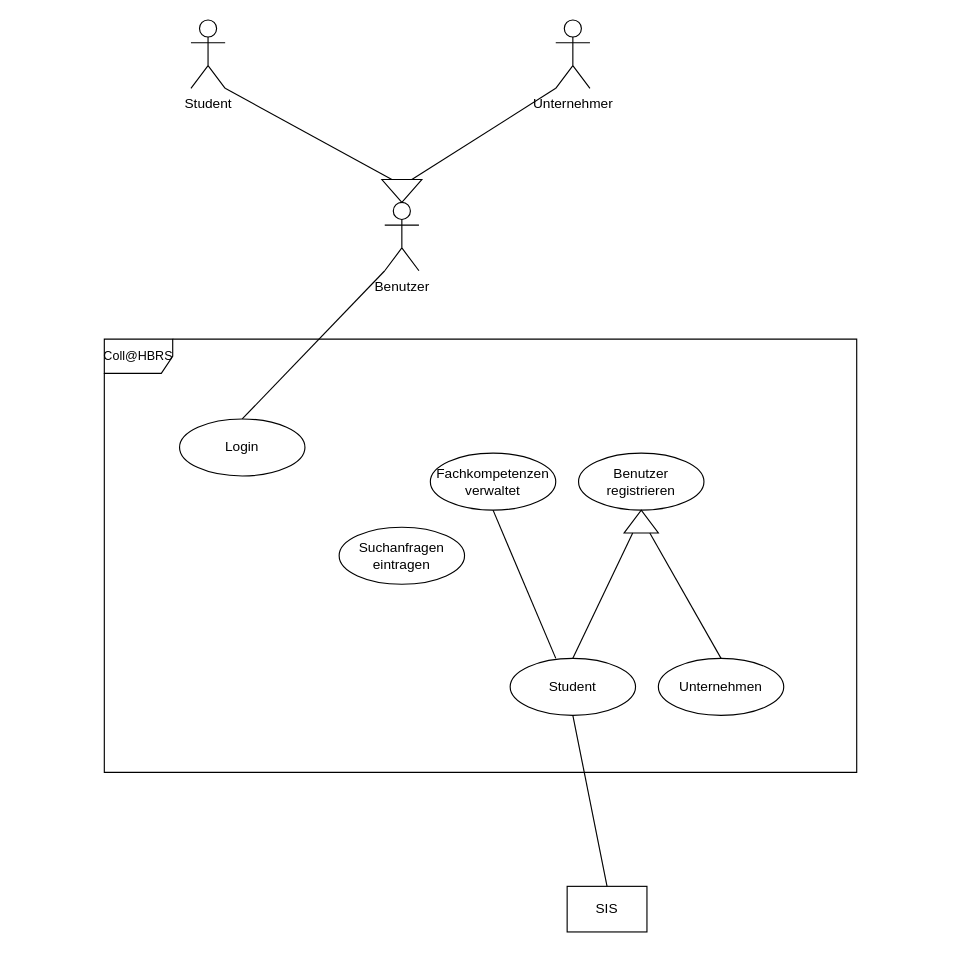
Above: Uebung5.drawio in dabels2s/studentOFHBRS (draw.io), before the change. Source tidied: cells renumbered, new cells numbered last; positions are measured from the earlier drawing's top-left corner, leaving out a move shared by most shapes. Both pictures are drawn from the tidied source at 114%, with x=0, y=0 at pixel (104, 19).
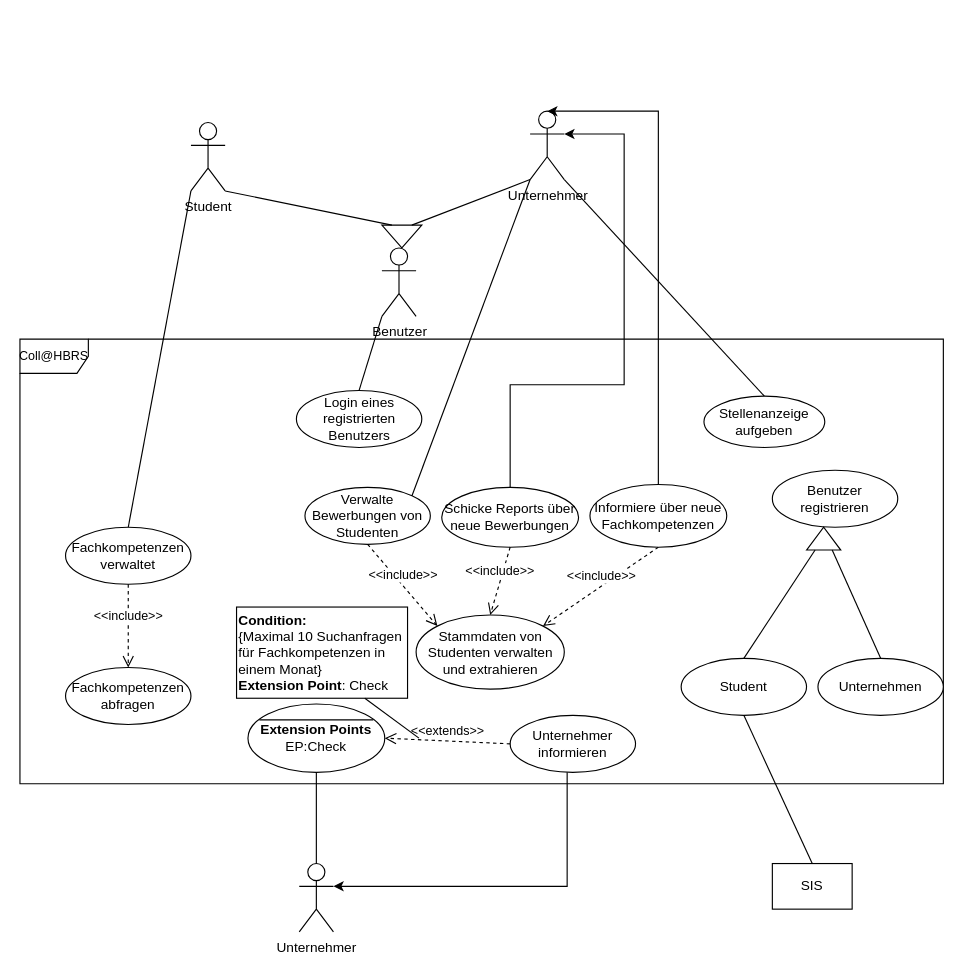
The same diagram, later.

Change to the diagram source:
```diff
@@
     <mxCell id="2" value="Student" style="shape=umlActor;verticalLabelPosition=bottom;verticalAlign=top;html=1;" parent="1" vertex="1">
-      <mxGeometry x="76" width="30" height="60" as="geometry" />
+      <mxGeometry x="76" y="90" width="30" height="60" as="geometry" />
     </mxCell>
     <mxCell id="3" value="&lt;font style=&quot;font-size: 11px&quot;&gt;Coll@HBRS&lt;/font&gt;" style="shape=umlFrame;whiteSpace=wrap;html=1;" parent="1" vertex="1">
-      <mxGeometry y="280" width="660" height="380" as="geometry" />
+      <mxGeometry x="-74" y="280" width="810" height="390" as="geometry" />
     </mxCell>
-    <mxCell id="4" value="Unternehmer" style="shape=umlActor;verticalLabelPosition=bottom;verticalAlign=top;html=1;" parent="1" vertex="1">
-      <mxGeometry x="396" width="30" height="60" as="geometry" />
+    <mxCell id="4" value="Unternehmer" style="shape=umlActor;verticalLabelPosition=bottom;verticalAlign=top;html=1;direction=east;" parent="1" vertex="1">
+      <mxGeometry x="373.5" y="80" width="30" height="60" as="geometry" />
     </mxCell>
     <mxCell id="5" value="Benutzer" style="shape=umlActor;verticalLabelPosition=bottom;verticalAlign=top;html=1;" parent="1" vertex="1">
-      <mxGeometry x="246" y="160" width="30" height="60" as="geometry" />
+      <mxGeometry x="243.5" y="200" width="30" height="60" as="geometry" />
     </mxCell>
     <mxCell id="6" style="triangle;whiteSpace=wrap;html=1;direction=south;" parent="1" vertex="1">
-      <mxGeometry x="243.5" y="140" width="35" height="20" as="geometry" />
+      <mxGeometry x="243.5" y="180" width="35" height="20" as="geometry" />
     </mxCell>
-    <mxCell id="7" value="Login" style="ellipse;whiteSpace=wrap;html=1;" parent="1" vertex="1">
-      <mxGeometry x="66" y="350" width="110" height="50" as="geometry" />
+    <mxCell id="7" value="Login eines registrierten Benutzers" style="ellipse;whiteSpace=wrap;html=1;" parent="1" vertex="1">
+      <mxGeometry x="168.5" y="325" width="110" height="50" as="geometry" />
     </mxCell>
     <mxCell id="8" value="Benutzer registrieren" style="ellipse;whiteSpace=wrap;html=1;" parent="1" vertex="1">
-      <mxGeometry x="416" y="380" width="110" height="50" as="geometry" />
+      <mxGeometry x="586" y="395" width="110" height="50" as="geometry" />
     </mxCell>
-    <mxCell id="9" value="Suchanfragen eintragen" style="ellipse;whiteSpace=wrap;html=1;" parent="1" vertex="1">
-      <mxGeometry x="206" y="445" width="110" height="50" as="geometry" />
-    </mxCell>
     <mxCell id="10" value="Unternehmen" style="ellipse;whiteSpace=wrap;html=1;" parent="1" vertex="1">
-      <mxGeometry x="486" y="560" width="110" height="50" as="geometry" />
+      <mxGeometry x="626" y="560" width="110" height="50" as="geometry" />
     </mxCell>
     <mxCell id="11" value="Student" style="ellipse;whiteSpace=wrap;html=1;" parent="1" vertex="1">
-      <mxGeometry x="356" y="560" width="110" height="50" as="geometry" />
+      <mxGeometry x="506" y="560" width="110" height="50" as="geometry" />
     </mxCell>
@@
     <mxCell id="13" value="SIS" style="rounded=0;whiteSpace=wrap;html=1;" parent="1" vertex="1">
-      <mxGeometry x="406" y="760" width="70" height="40" as="geometry" />
+      <mxGeometry x="586" y="740" width="70" height="40" as="geometry" />
     </mxCell>
@@
     <mxCell id="15" style="triangle;whiteSpace=wrap;html=1;direction=north;" parent="1" vertex="1">
-      <mxGeometry x="456" y="430" width="30" height="20" as="geometry" />
+      <mxGeometry x="616" y="445" width="30" height="20" as="geometry" />
     </mxCell>
@@
     <mxCell id="20" value="Fachkompetenzen verwaltet" style="ellipse;whiteSpace=wrap;html=1;" parent="1" vertex="1">
-      <mxGeometry x="286" y="380" width="110" height="50" as="geometry" />
+      <mxGeometry x="-34" y="445" width="110" height="50" as="geometry" />
     </mxCell>
-    <mxCell id="21" style="endArrow=none;html=1;exitX=0.5;exitY=1;exitDx=0;exitDy=0;entryX=0.364;entryY=0;entryDx=0;entryDy=0;entryPerimeter=0;" parent="1" edge="1" source="20" target="11">
+    <mxCell id="21" style="endArrow=none;html=1;entryX=0;entryY=1;entryDx=0;entryDy=0;entryPerimeter=0;exitX=0.5;exitY=0;exitDx=0;exitDy=0;" parent="1" edge="1" source="20" target="2">
       <mxGeometry relative="1" as="geometry" />
     </mxCell>
+    <mxCell id="22" value="Stellenanzeige aufgeben" style="ellipse;whiteSpace=wrap;html=1;" parent="1" vertex="1">
+      <mxGeometry x="526" y="330" width="106" height="45" as="geometry" />
+    </mxCell>
+    <mxCell id="23" style="endArrow=none;html=1;entryX=1;entryY=1;entryDx=0;entryDy=0;exitX=0.5;exitY=0;exitDx=0;exitDy=0;entryPerimeter=0;" parent="1" edge="1" source="22" target="4">
+      <mxGeometry relative="1" as="geometry" />
+    </mxCell>
+    <mxCell id="24" value="Fachkompetenzen abfragen" style="ellipse;whiteSpace=wrap;html=1;" parent="1" vertex="1">
+      <mxGeometry x="-34" y="568" width="110" height="50" as="geometry" />
+    </mxCell>
+    <mxCell id="25" value="&amp;lt;&amp;lt;include&amp;gt;&amp;gt;" style="html=1;verticalAlign=bottom;endArrow=open;dashed=1;endSize=8;entryX=0.5;entryY=0;entryDx=0;entryDy=0;exitX=0.5;exitY=1;exitDx=0;exitDy=0;" parent="1" edge="1" source="20" target="24">
+      <mxGeometry relative="1" as="geometry" />
+    </mxCell>
+    <mxCell id="26" value="Stammdaten von Studenten verwalten und extrahieren" style="ellipse;whiteSpace=wrap;html=1;" parent="1" vertex="1">
+      <mxGeometry x="273.5" y="522" width="130" height="65" as="geometry" />
+    </mxCell>
+    <mxCell id="27" value="Verwalte Bewerbungen von Studenten" style="ellipse;whiteSpace=wrap;html=1;" parent="1" vertex="1">
+      <mxGeometry x="176" y="410" width="110" height="50" as="geometry" />
+    </mxCell>
+    <mxCell id="28" value="&amp;lt;&amp;lt;include&amp;gt;&amp;gt;" style="html=1;verticalAlign=bottom;endArrow=open;dashed=1;endSize=8;entryX=0;entryY=0;entryDx=0;entryDy=0;exitX=0.5;exitY=1;exitDx=0;exitDy=0;" parent="1" edge="1" source="27" target="26">
+      <mxGeometry relative="1" as="geometry" />
+    </mxCell>
+    <mxCell id="29" style="edgeStyle=orthogonalEdgeStyle;rounded=0;jettySize=auto;html=1;entryX=1;entryY=0.3333333333333333;entryDx=0;entryDy=0;entryPerimeter=0;" parent="1" edge="1" source="30" target="4">
+      <mxGeometry relative="1" as="geometry">
+        <Array as="points">
+          <mxPoint x="356" y="320" />
+          <mxPoint x="456" y="320" />
+          <mxPoint x="456" y="100" />
+        </Array>
+      </mxGeometry>
+    </mxCell>
+    <mxCell id="30" value="Schicke Reports über neue Bewerbungen" style="ellipse;whiteSpace=wrap;html=1;" parent="1" vertex="1">
+      <mxGeometry x="296" y="410" width="120" height="52.5" as="geometry" />
+    </mxCell>
+    <mxCell id="31" value="&amp;lt;&amp;lt;include&amp;gt;&amp;gt;" style="html=1;verticalAlign=bottom;endArrow=open;dashed=1;endSize=8;entryX=0.5;entryY=0;entryDx=0;entryDy=0;exitX=0.5;exitY=1;exitDx=0;exitDy=0;" parent="1" edge="1" source="30" target="26">
+      <mxGeometry relative="1" as="geometry" />
+    </mxCell>
+    <mxCell id="32" style="edgeStyle=orthogonalEdgeStyle;rounded=0;jettySize=auto;html=1;entryX=0.5;entryY=0;entryDx=0;entryDy=0;entryPerimeter=0;" parent="1" edge="1" source="33" target="4">
+      <mxGeometry relative="1" as="geometry">
+        <Array as="points">
+          <mxPoint x="486" y="80" />
+        </Array>
+      </mxGeometry>
+    </mxCell>
+    <mxCell id="33" value="Informiere über neue Fachkompetenzen" style="ellipse;whiteSpace=wrap;html=1;" parent="1" vertex="1">
+      <mxGeometry x="426" y="407.5" width="120" height="55" as="geometry" />
+    </mxCell>
+    <mxCell id="34" value="&amp;lt;&amp;lt;include&amp;gt;&amp;gt;" style="html=1;verticalAlign=bottom;endArrow=open;dashed=1;endSize=8;entryX=1;entryY=0;entryDx=0;entryDy=0;exitX=0.5;exitY=1;exitDx=0;exitDy=0;" parent="1" edge="1" source="33" target="26">
+      <mxGeometry relative="1" as="geometry" />
+    </mxCell>
+    <mxCell id="35" style="endArrow=none;html=1;exitX=1;exitY=0;exitDx=0;exitDy=0;entryX=0;entryY=1;entryDx=0;entryDy=0;entryPerimeter=0;" parent="1" edge="1" source="27" target="4">
+      <mxGeometry relative="1" as="geometry" />
+    </mxCell>
+    <mxCell id="36" value="&lt;b&gt;Extension Points&lt;/b&gt;&lt;br&gt;EP:Check" style="ellipse;whiteSpace=wrap;html=1;" parent="1" vertex="1">
+      <mxGeometry x="126" y="600" width="120" height="60" as="geometry" />
+    </mxCell>
+    <mxCell id="37" style="line;strokeWidth=1;fillColor=none;align=left;verticalAlign=middle;spacingTop=-1;spacingLeft=3;spacingRight=3;labelPosition=right;" parent="1" vertex="1">
+      <mxGeometry x="136" y="610" width="100" height="8" as="geometry" />
+    </mxCell>
+    <mxCell id="38" value="Unternehmer" style="shape=umlActor;verticalLabelPosition=bottom;verticalAlign=top;html=1;direction=east;" parent="1" vertex="1">
+      <mxGeometry x="171" y="740" width="30" height="60" as="geometry" />
+    </mxCell>
+    <mxCell id="39" style="endArrow=none;html=1;entryX=0.5;entryY=1;entryDx=0;entryDy=0;exitX=0.5;exitY=0;exitDx=0;exitDy=0;exitPerimeter=0;" parent="1" edge="1" source="38" target="36">
+      <mxGeometry relative="1" as="geometry" />
+    </mxCell>
+    <mxCell id="40" style="edgeStyle=orthogonalEdgeStyle;rounded=0;jettySize=auto;html=1;entryX=1;entryY=0.3333333333333333;entryDx=0;entryDy=0;entryPerimeter=0;" parent="1" edge="1" source="41" target="38">
+      <mxGeometry relative="1" as="geometry">
+        <Array as="points">
+          <mxPoint x="406" y="760" />
+        </Array>
+      </mxGeometry>
+    </mxCell>
+    <mxCell id="41" value="Unternehmer informieren" style="ellipse;whiteSpace=wrap;html=1;" parent="1" vertex="1">
+      <mxGeometry x="356" y="610" width="110" height="50" as="geometry" />
+    </mxCell>
+    <mxCell id="42" value="&amp;lt;&amp;lt;extends&amp;gt;&amp;gt;" style="html=1;verticalAlign=bottom;endArrow=open;dashed=1;endSize=8;exitX=0;exitY=0.5;exitDx=0;exitDy=0;" parent="1" edge="1" source="41">
+      <mxGeometry relative="1" as="geometry">
+        <mxPoint x="246" y="630" as="targetPoint" />
+      </mxGeometry>
+    </mxCell>
+    <mxCell id="43" value="&lt;b&gt;Condition:&lt;/b&gt;&lt;br&gt;{Maximal 10 Suchanfragen für Fachkompetenzen in einem Monat}&lt;br&gt;&lt;b&gt;Extension Point&lt;/b&gt;: Check" style="rounded=0;whiteSpace=wrap;html=1;align=left;" parent="1" vertex="1">
+      <mxGeometry x="116" y="515" width="150" height="80" as="geometry" />
+    </mxCell>
+    <mxCell id="44" style="endArrow=none;html=1;entryX=0.75;entryY=1;entryDx=0;entryDy=0;" parent="1" edge="1" target="43">
+      <mxGeometry relative="1" as="geometry">
+        <mxPoint x="276" y="630" as="sourcePoint" />
+      </mxGeometry>
+    </mxCell>
```
